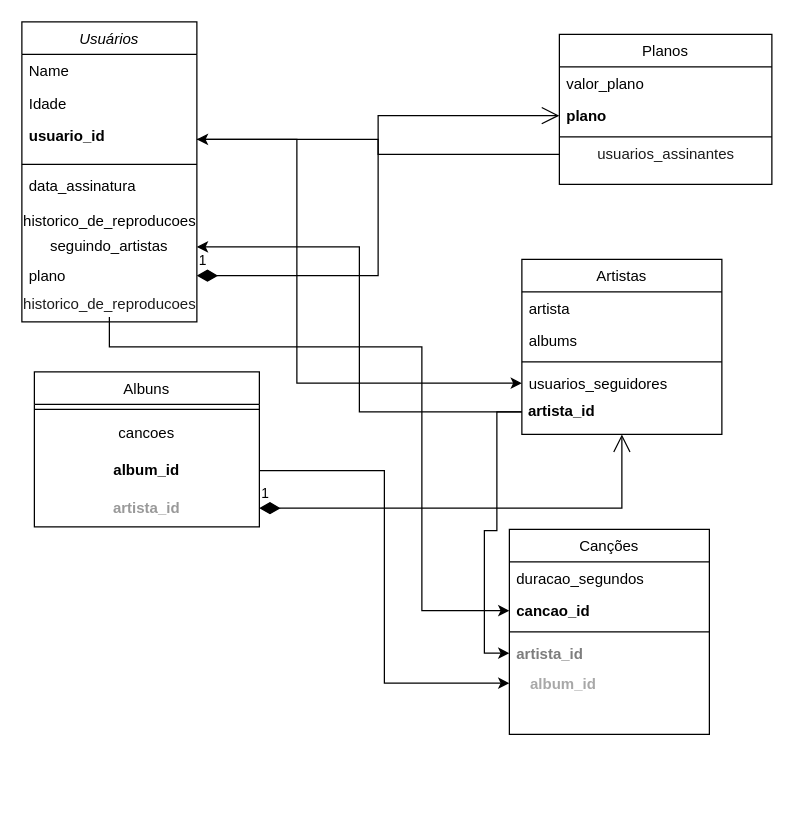
Earlier version of the draw.io diagram Untitled Diagram.drawio (fefcufe/Exercicios-BackEnd-Trybe). Source tidied: cells renumbered, new cells numbered last; positions are measured from the earlier drawing's top-left corner, leaving out a move shared by most shapes. Both pictures are drawn from the tidied source at 125%, with x=0, y=0 at pixel (21, 21).
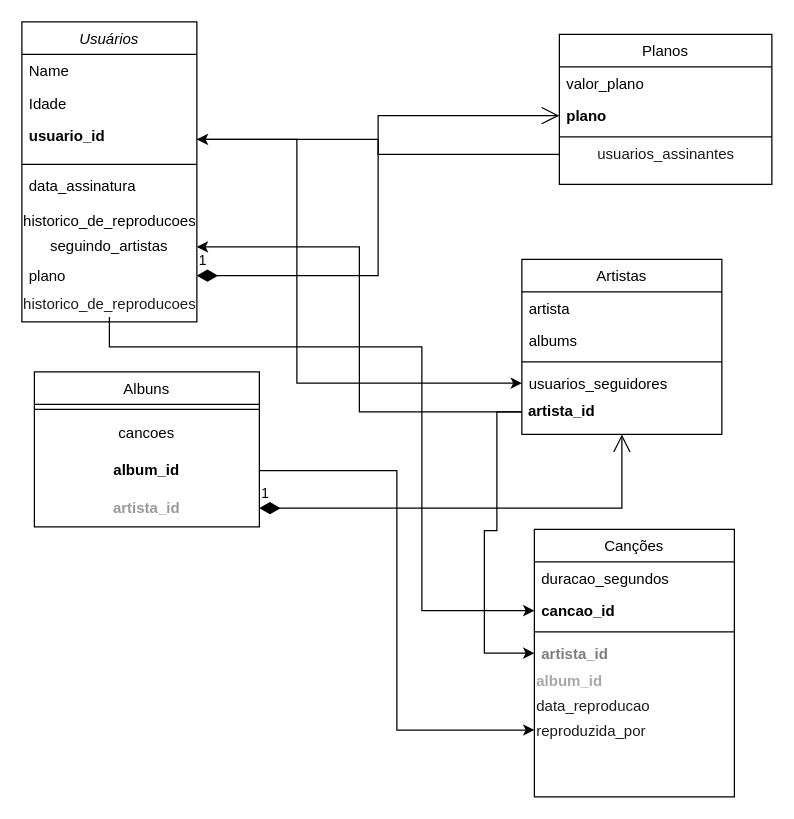
Above is the later version.

Commit message:
Update one_for_all Diagram.drawio

Change to the diagram source:
```diff
@@
     <mxCell id="28" value="Canções" style="swimlane;fontStyle=0;align=center;verticalAlign=top;horizontal=1;startSize=26;rounded=0;shadow=0;strokeWidth=1;" parent="1" vertex="1">
-      <mxGeometry x="390" y="406" width="160" height="164" as="geometry" />
+      <mxGeometry x="410" y="406" width="160" height="214" as="geometry" />
     </mxCell>
@@
+    <mxCell id="39" value="&lt;b&gt;&lt;font color=&quot;#a8a8a8&quot;&gt;album_id&lt;/font&gt;&lt;/b&gt;" style="text;html=1;align=left;verticalAlign=middle;strokeColor=none;fillColor=none;fontColor=#1C1C1C;" parent="28" vertex="1">
+      <mxGeometry y="112" width="160" height="20" as="geometry" />
+    </mxCell>
+    <mxCell id="42" value="data_reproducao" style="text;html=1;align=left;verticalAlign=middle;strokeColor=none;fillColor=none;fontColor=#1C1C1C;" parent="28" vertex="1">
+      <mxGeometry y="132" width="160" height="20" as="geometry" />
+    </mxCell>
+    <mxCell id="43" value="&lt;font color=&quot;#1c1c1c&quot;&gt;reproduzida_por&lt;/font&gt;" style="text;html=1;align=left;verticalAlign=middle;strokeColor=none;fillColor=none;fontColor=#A8A8A8;" parent="28" vertex="1">
+      <mxGeometry y="152" width="160" height="20" as="geometry" />
+    </mxCell>
@@
-    <mxCell id="39" value="&lt;b&gt;&lt;font color=&quot;#a8a8a8&quot;&gt;album_id&lt;/font&gt;&lt;/b&gt;" style="text;html=1;align=left;verticalAlign=middle;strokeColor=none;fillColor=none;fontColor=#1C1C1C;" parent="1" vertex="1">
-      <mxGeometry x="405" y="520" width="70" height="20" as="geometry" />
-    </mxCell>
```
